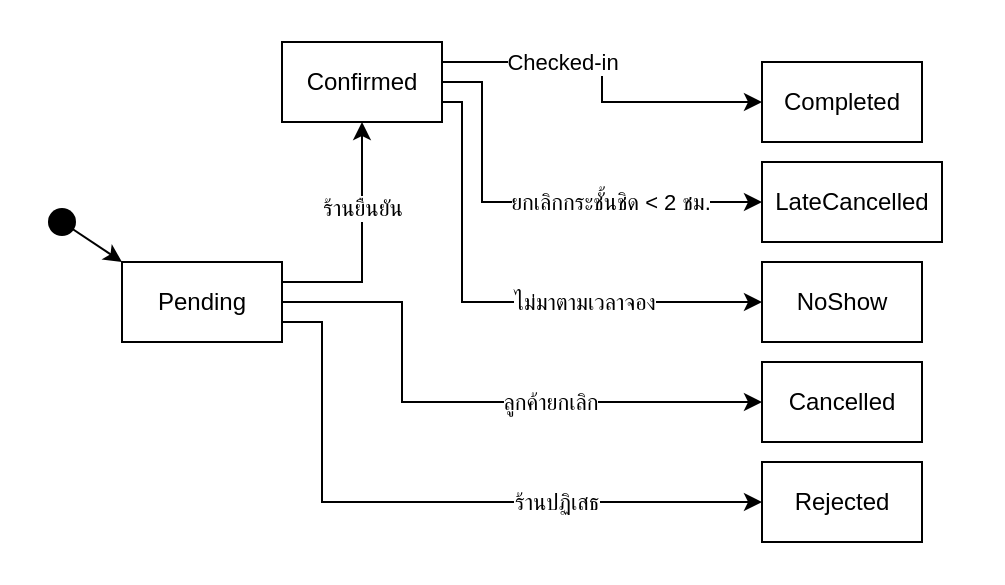
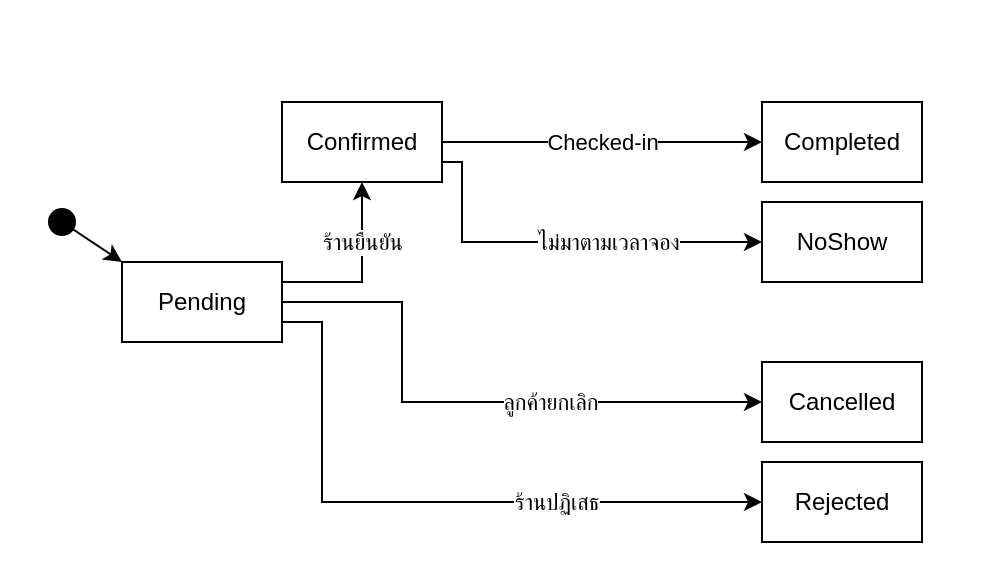
<mxfile host="app.diagrams.net">
  <diagram name="Page-1" id="9Ij3tKJ_WGeBCkYuhWrF">
-     <mxGraphModel dx="981" dy="535" grid="1" gridSize="10" guides="1" tooltips="1" connect="1" arrows="1" fold="1" page="1" pageScale="1" pageWidth="850" pageHeight="1100" math="0" shadow="0">
+     <mxGraphModel dx="858" dy="468" grid="1" gridSize="10" guides="1" tooltips="1" connect="1" arrows="1" fold="1" page="1" pageScale="1" pageWidth="850" pageHeight="1100" math="0" shadow="0">
      <root>
        <mxCell id="0" />
        <mxCell id="1" parent="0" />
        <mxCell id="hp-9e1z2iJPcDMsYFr87-23" parent="1" style="rounded=0;whiteSpace=wrap;html=1;fillColor=none;strokeColor=#FFFFFF;" value="" vertex="1">
          <mxGeometry height="290" width="500" x="130" y="90" as="geometry" />
        </mxCell>
        <mxCell id="hp-9e1z2iJPcDMsYFr87-3" edge="1" parent="1" source="hp-9e1z2iJPcDMsYFr87-2" style="rounded=0;orthogonalLoop=1;jettySize=auto;html=1;entryX=0;entryY=0;entryDx=0;entryDy=0;" target="hp-9e1z2iJPcDMsYFr87-4">
          <mxGeometry relative="1" as="geometry">
            <mxPoint x="200" y="200" as="targetPoint" />
          </mxGeometry>
        </mxCell>
        <mxCell id="hp-9e1z2iJPcDMsYFr87-2" parent="1" style="shape=waypoint;sketch=0;fillStyle=solid;size=6;pointerEvents=1;points=[];fillColor=none;resizable=0;rotatable=0;perimeter=centerPerimeter;snapToPoint=1;strokeWidth=5;" value="" vertex="1">
          <mxGeometry height="20" width="20" x="150" y="190" as="geometry" />
        </mxCell>
        <mxCell id="hp-9e1z2iJPcDMsYFr87-6" edge="1" parent="1" source="hp-9e1z2iJPcDMsYFr87-4" style="edgeStyle=orthogonalEdgeStyle;rounded=0;orthogonalLoop=1;jettySize=auto;html=1;entryX=0.5;entryY=1;entryDx=0;entryDy=0;exitX=1;exitY=0.25;exitDx=0;exitDy=0;" target="hp-9e1z2iJPcDMsYFr87-5">
          <mxGeometry relative="1" as="geometry">
            <Array as="points">
              <mxPoint x="310" y="230" />
            </Array>
            <mxPoint x="280" y="240" as="sourcePoint" />
            <mxPoint x="400" y="180" as="targetPoint" />
          </mxGeometry>
        </mxCell>
        <mxCell id="hp-9e1z2iJPcDMsYFr87-13" connectable="0" parent="hp-9e1z2iJPcDMsYFr87-6" style="edgeLabel;html=1;align=center;verticalAlign=middle;resizable=0;points=[];" value="ร้านยืนยัน" vertex="1">
          <mxGeometry relative="1" x="0.1543" y="2" as="geometry">
            <mxPoint x="2" y="-8" as="offset" />
          </mxGeometry>
        </mxCell>
        <mxCell id="hp-9e1z2iJPcDMsYFr87-8" edge="1" parent="1" source="hp-9e1z2iJPcDMsYFr87-4" style="edgeStyle=orthogonalEdgeStyle;rounded=0;orthogonalLoop=1;jettySize=auto;html=1;exitX=1;exitY=0.5;exitDx=0;exitDy=0;entryX=0;entryY=0.5;entryDx=0;entryDy=0;" target="hp-9e1z2iJPcDMsYFr87-7">
          <mxGeometry relative="1" as="geometry">
            <Array as="points">
              <mxPoint x="330" y="240" />
              <mxPoint x="330" y="290" />
            </Array>
          </mxGeometry>
        </mxCell>
        <mxCell id="hp-9e1z2iJPcDMsYFr87-12" connectable="0" parent="hp-9e1z2iJPcDMsYFr87-8" style="edgeLabel;html=1;align=center;verticalAlign=middle;resizable=0;points=[];" value="ลูกค้ายกเลิก" vertex="1">
          <mxGeometry relative="1" x="-0.0544" as="geometry">
            <mxPoint x="47" as="offset" />
          </mxGeometry>
        </mxCell>
        <mxCell id="hp-9e1z2iJPcDMsYFr87-10" edge="1" parent="1" source="hp-9e1z2iJPcDMsYFr87-4" style="edgeStyle=orthogonalEdgeStyle;rounded=0;orthogonalLoop=1;jettySize=auto;html=1;exitX=1;exitY=0.75;exitDx=0;exitDy=0;entryX=0;entryY=0.5;entryDx=0;entryDy=0;" target="hp-9e1z2iJPcDMsYFr87-9">
          <mxGeometry relative="1" as="geometry">
            <Array as="points">
              <mxPoint x="290" y="250" />
              <mxPoint x="290" y="340" />
            </Array>
          </mxGeometry>
        </mxCell>
        <mxCell id="hp-9e1z2iJPcDMsYFr87-11" connectable="0" parent="hp-9e1z2iJPcDMsYFr87-10" style="edgeLabel;html=1;align=center;verticalAlign=middle;resizable=0;points=[];" value="ร้านปฏิเสธ" vertex="1">
          <mxGeometry relative="1" x="0.0573" as="geometry">
            <mxPoint x="52" as="offset" />
          </mxGeometry>
        </mxCell>
        <mxCell id="hp-9e1z2iJPcDMsYFr87-4" parent="1" style="rounded=0;whiteSpace=wrap;html=1;" value="Pending" vertex="1">
          <mxGeometry height="40" width="80" x="190" y="220" as="geometry" />
        </mxCell>
-         <mxCell id="hp-9e1z2iJPcDMsYFr87-15" edge="1" parent="1" source="hp-9e1z2iJPcDMsYFr87-5" style="edgeStyle=orthogonalEdgeStyle;rounded=0;orthogonalLoop=1;jettySize=auto;html=1;exitX=1;exitY=0.25;exitDx=0;exitDy=0;entryX=0;entryY=0.5;entryDx=0;entryDy=0;" target="hp-9e1z2iJPcDMsYFr87-18">
+         <mxCell id="hp-9e1z2iJPcDMsYFr87-15" edge="1" parent="1" source="hp-9e1z2iJPcDMsYFr87-5" style="edgeStyle=orthogonalEdgeStyle;rounded=0;orthogonalLoop=1;jettySize=auto;html=1;exitX=1;exitY=0.5;exitDx=0;exitDy=0;entryX=0;entryY=0.5;entryDx=0;entryDy=0;" target="hp-9e1z2iJPcDMsYFr87-18">
          <mxGeometry relative="1" as="geometry">
            <mxPoint x="440" y="120" as="targetPoint" />
          </mxGeometry>
        </mxCell>
        <mxCell id="hp-9e1z2iJPcDMsYFr87-16" connectable="0" parent="hp-9e1z2iJPcDMsYFr87-15" style="edgeLabel;html=1;align=center;verticalAlign=middle;resizable=0;points=[];" value="Checked-in" vertex="1">
          <mxGeometry relative="1" x="-0.2674" as="geometry">
-             <mxPoint x="-6" as="offset" />
-           </mxGeometry>
-         </mxCell>
-         <mxCell id="hp-9e1z2iJPcDMsYFr87-19" edge="1" parent="1" source="hp-9e1z2iJPcDMsYFr87-5" style="edgeStyle=orthogonalEdgeStyle;rounded=0;orthogonalLoop=1;jettySize=auto;html=1;exitX=1;exitY=0.5;exitDx=0;exitDy=0;entryX=0;entryY=0.5;entryDx=0;entryDy=0;" target="hp-9e1z2iJPcDMsYFr87-14">
-           <mxGeometry relative="1" as="geometry">
-             <Array as="points">
-               <mxPoint x="370" y="130" />
-               <mxPoint x="370" y="190" />
-             </Array>
-           </mxGeometry>
-         </mxCell>
-         <mxCell id="hp-9e1z2iJPcDMsYFr87-22" connectable="0" parent="hp-9e1z2iJPcDMsYFr87-19" style="edgeLabel;html=1;align=center;verticalAlign=middle;resizable=0;points=[];" value="ยกเลิกกระชั้นชิด &amp;lt; 2 ชม." vertex="1">
-           <mxGeometry relative="1" x="0.3412" y="2" as="geometry">
-             <mxPoint x="-4" y="2" as="offset" />
+             <mxPoint x="21" as="offset" />
          </mxGeometry>
        </mxCell>
        <mxCell id="hp-9e1z2iJPcDMsYFr87-20" edge="1" parent="1" source="hp-9e1z2iJPcDMsYFr87-5" style="edgeStyle=orthogonalEdgeStyle;rounded=0;orthogonalLoop=1;jettySize=auto;html=1;exitX=1;exitY=0.75;exitDx=0;exitDy=0;entryX=0;entryY=0.5;entryDx=0;entryDy=0;" target="hp-9e1z2iJPcDMsYFr87-17">
          <mxGeometry relative="1" as="geometry">
            <Array as="points">
-               <mxPoint x="360" y="140" />
-               <mxPoint x="360" y="240" />
+               <mxPoint x="360" y="170" />
+               <mxPoint x="360" y="210" />
            </Array>
          </mxGeometry>
        </mxCell>
        <mxCell id="hp-9e1z2iJPcDMsYFr87-21" connectable="0" parent="hp-9e1z2iJPcDMsYFr87-20" style="edgeLabel;html=1;align=center;verticalAlign=middle;resizable=0;points=[];" value="ไม่มาตามเวลาจอง" vertex="1">
          <mxGeometry relative="1" x="0.255" y="-2" as="geometry">
-             <mxPoint x="8" y="-2" as="offset" />
+             <mxPoint x="-3" y="-2" as="offset" />
          </mxGeometry>
        </mxCell>
        <mxCell id="hp-9e1z2iJPcDMsYFr87-5" parent="1" style="rounded=0;whiteSpace=wrap;html=1;" value="Confirmed" vertex="1">
-           <mxGeometry height="40" width="80" x="270" y="110" as="geometry" />
+           <mxGeometry height="40" width="80" x="270" y="140" as="geometry" />
        </mxCell>
        <mxCell id="hp-9e1z2iJPcDMsYFr87-7" parent="1" style="rounded=0;whiteSpace=wrap;html=1;" value="Cancelled" vertex="1">
          <mxGeometry height="40" width="80" x="510" y="270" as="geometry" />
        </mxCell>
        <mxCell id="hp-9e1z2iJPcDMsYFr87-9" parent="1" style="rounded=0;whiteSpace=wrap;html=1;" value="Rejected" vertex="1">
          <mxGeometry height="40" width="80" x="510" y="320" as="geometry" />
        </mxCell>
-         <mxCell id="hp-9e1z2iJPcDMsYFr87-14" parent="1" style="rounded=0;whiteSpace=wrap;html=1;" value="LateCancelled" vertex="1">
-           <mxGeometry height="40" width="90" x="510" y="170" as="geometry" />
-         </mxCell>
        <mxCell id="hp-9e1z2iJPcDMsYFr87-17" parent="1" style="rounded=0;whiteSpace=wrap;html=1;" value="NoShow" vertex="1">
-           <mxGeometry height="40" width="80" x="510" y="220" as="geometry" />
+           <mxGeometry height="40" width="80" x="510" y="190" as="geometry" />
        </mxCell>
        <mxCell id="hp-9e1z2iJPcDMsYFr87-18" parent="1" style="rounded=0;whiteSpace=wrap;html=1;" value="Completed" vertex="1">
-           <mxGeometry height="40" width="80" x="510" y="120" as="geometry" />
+           <mxGeometry height="40" width="80" x="510" y="140" as="geometry" />
        </mxCell>
      </root>
    </mxGraphModel>
  </diagram>
</mxfile>
